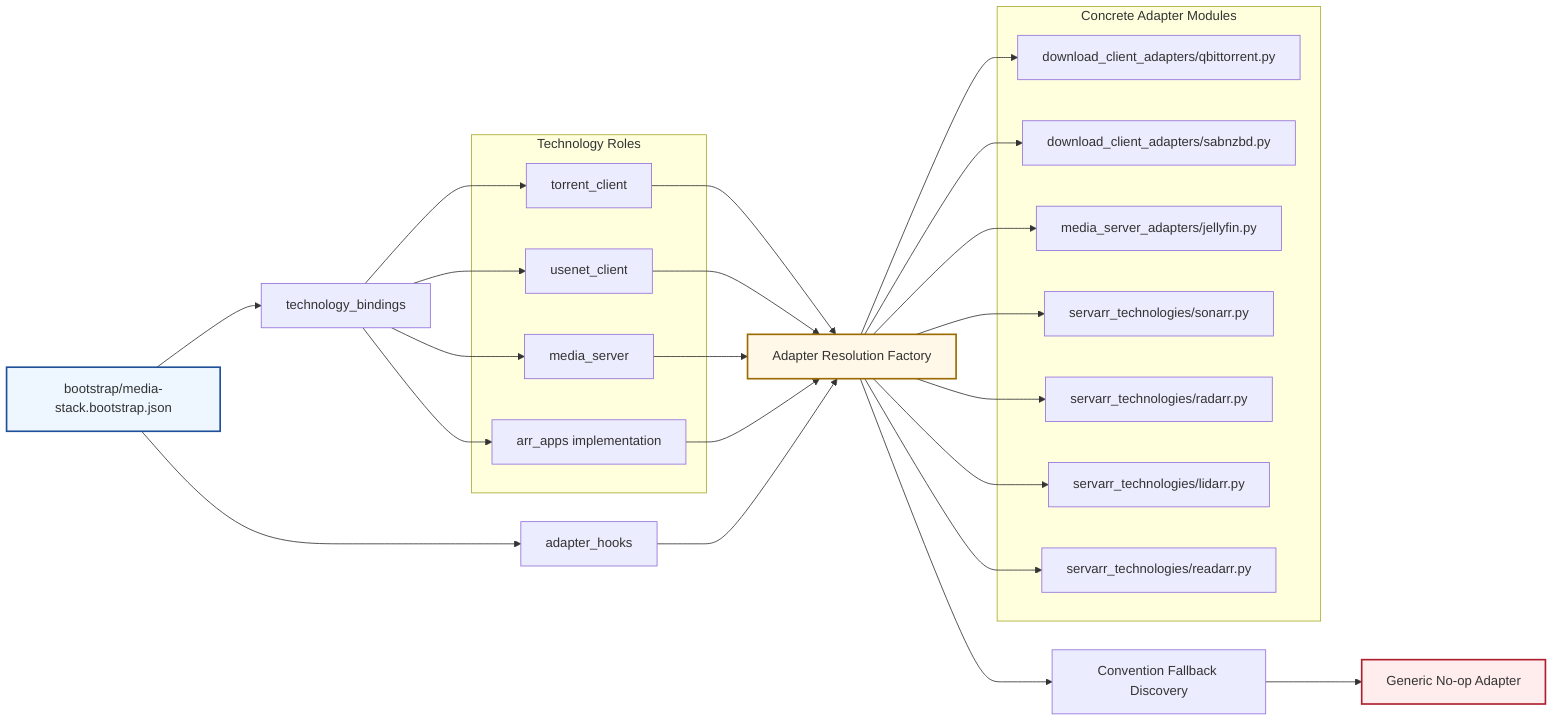
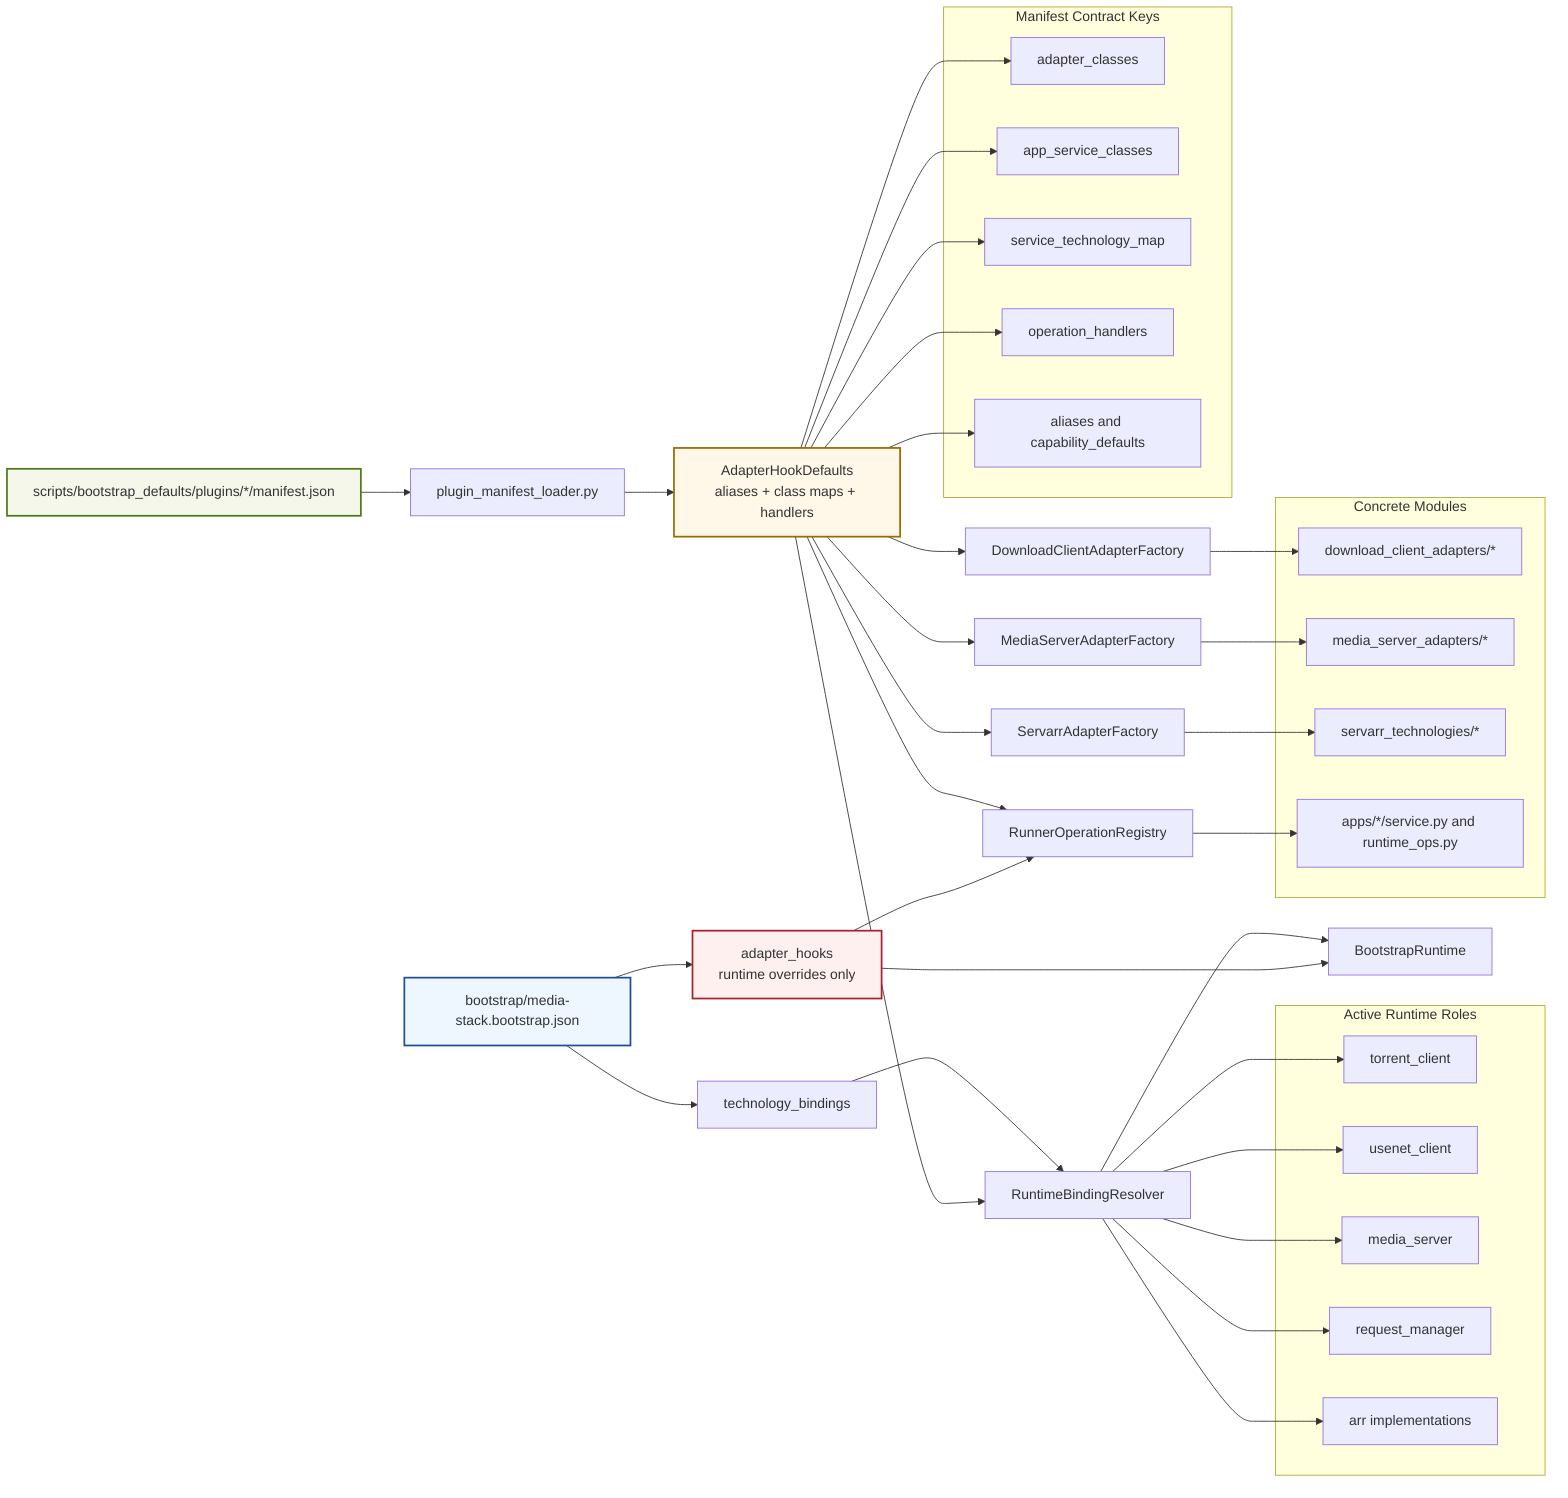
flowchart LR
  CFG[bootstrap/media-stack.bootstrap.json]
  BIND[technology_bindings]
-   HOOKS[adapter_hooks]
+   RH[adapter_hooks<br/>runtime overrides only]

-   FACT[Adapter Resolution Factory]
-   CONV[Convention Fallback Discovery]
-   NOP[Generic No-op Adapter]
+   PM[scripts/bootstrap_defaults/plugins/*/manifest.json]
+   LOAD[plugin_manifest_loader.py]
+   DEF[AdapterHookDefaults<br/>aliases + class maps + handlers]

-   subgraph Roles[Technology Roles]
+   RES[RuntimeBindingResolver]
+   RT[BootstrapRuntime]
+ 
+   OPREG[RunnerOperationRegistry]
+   DLF[DownloadClientAdapterFactory]
+   MSF[MediaServerAdapterFactory]
+   SAF[ServarrAdapterFactory]
+ 
+   subgraph Roles[Active Runtime Roles]
    TOR[torrent_client]
    USE[usenet_client]
    MED[media_server]
-     ARR[arr_apps implementation]
+     RQM[request_manager]
+     ARR[arr implementations]
  end

-   subgraph Impl[Concrete Adapter Modules]
-     QBA[download_client_adapters/qbittorrent.py]
-     SABA[download_client_adapters/sabnzbd.py]
-     MSA[media_server_adapters/jellyfin.py]
-     SONA[servarr_technologies/sonarr.py]
-     RADA[servarr_technologies/radarr.py]
-     LIDA[servarr_technologies/lidarr.py]
-     READA[servarr_technologies/readarr.py]
+   subgraph Contracts[Manifest Contract Keys]
+     C1[adapter_classes]
+     C2[app_service_classes]
+     C3[service_technology_map]
+     C4[operation_handlers]
+     C5[aliases and capability_defaults]
  end

-   CFG --> BIND
-   CFG --> HOOKS
+   subgraph Impl[Concrete Modules]
+     TCA[download_client_adapters/*]
+     MSA[media_server_adapters/*]
+     SVA[servarr_technologies/*]
+     APS[apps/*/service.py and runtime_ops.py]
+   end

-   BIND --> TOR
-   BIND --> USE
-   BIND --> MED
-   BIND --> ARR
+   CFG --> BIND --> RES
+   CFG --> RH

-   TOR --> FACT
-   USE --> FACT
-   MED --> FACT
-   ARR --> FACT
-   HOOKS --> FACT
+   PM --> LOAD --> DEF
+   DEF --> C1
+   DEF --> C2
+   DEF --> C3
+   DEF --> C4
+   DEF --> C5

-   FACT --> QBA
-   FACT --> SABA
-   FACT --> MSA
-   FACT --> SONA
-   FACT --> RADA
-   FACT --> LIDA
-   FACT --> READA
+   DEF --> RES
+   RES --> TOR
+   RES --> USE
+   RES --> MED
+   RES --> RQM
+   RES --> ARR
+   RES --> RT

-   FACT --> CONV --> NOP
+   DEF --> DLF
+   DEF --> MSF
+   DEF --> SAF
+   DEF --> OPREG
+ 
+   RH --> OPREG
+   RH --> RT
+ 
+   DLF --> TCA
+   MSF --> MSA
+   SAF --> SVA
+   OPREG --> APS

  style CFG fill:#eef7ff,stroke:#1f4f99,stroke-width:2px
-   style FACT fill:#fff7e8,stroke:#9a6b00,stroke-width:2px
-   style NOP fill:#ffecec,stroke:#ad1f2f,stroke-width:2px
+   style PM fill:#f4f7ea,stroke:#507a18,stroke-width:2px
+   style DEF fill:#fff7e8,stroke:#9a6b00,stroke-width:2px
+   style RH fill:#fff0f0,stroke:#ad1f2f,stroke-width:2px
